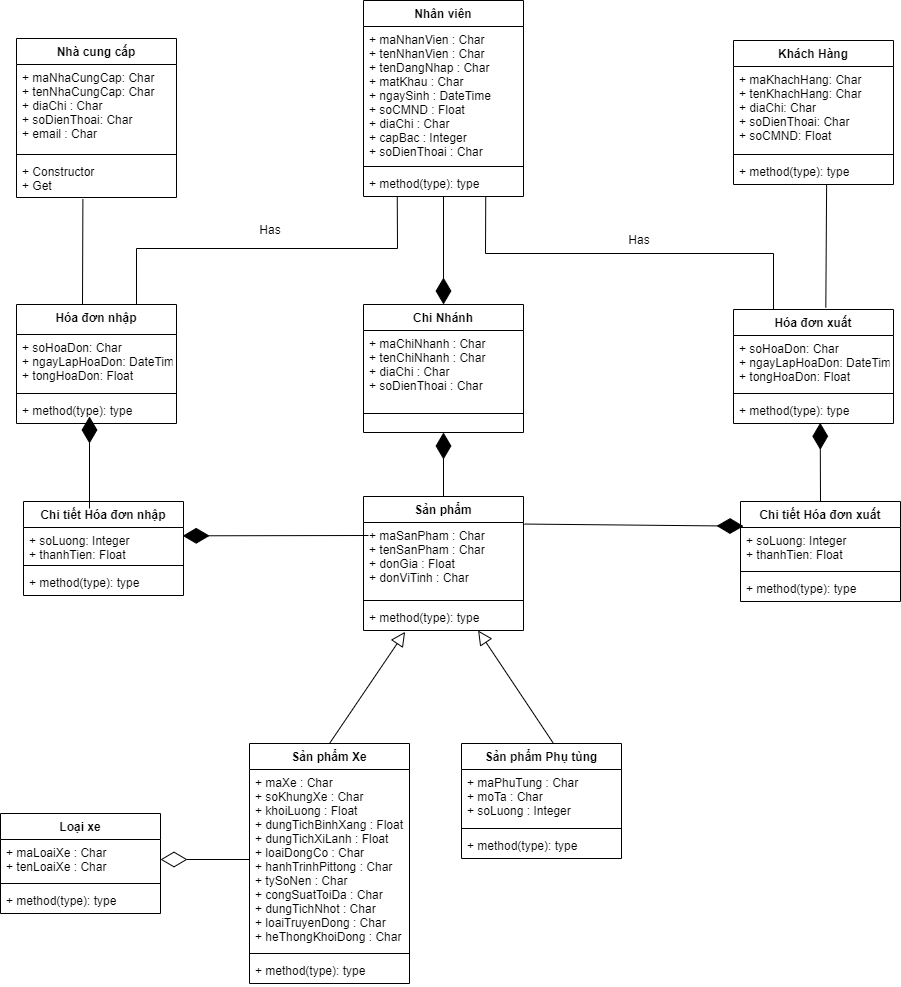
This is Sơ Đồ Class.png from ChauCongTu/thiet-ke-linh-tinh, a draw.io export, as it was before one commit. Source tidied: cells renumbered, new cells last; positions are measured from the earlier drawing's top-left corner, leaving out a move shared by most shapes.
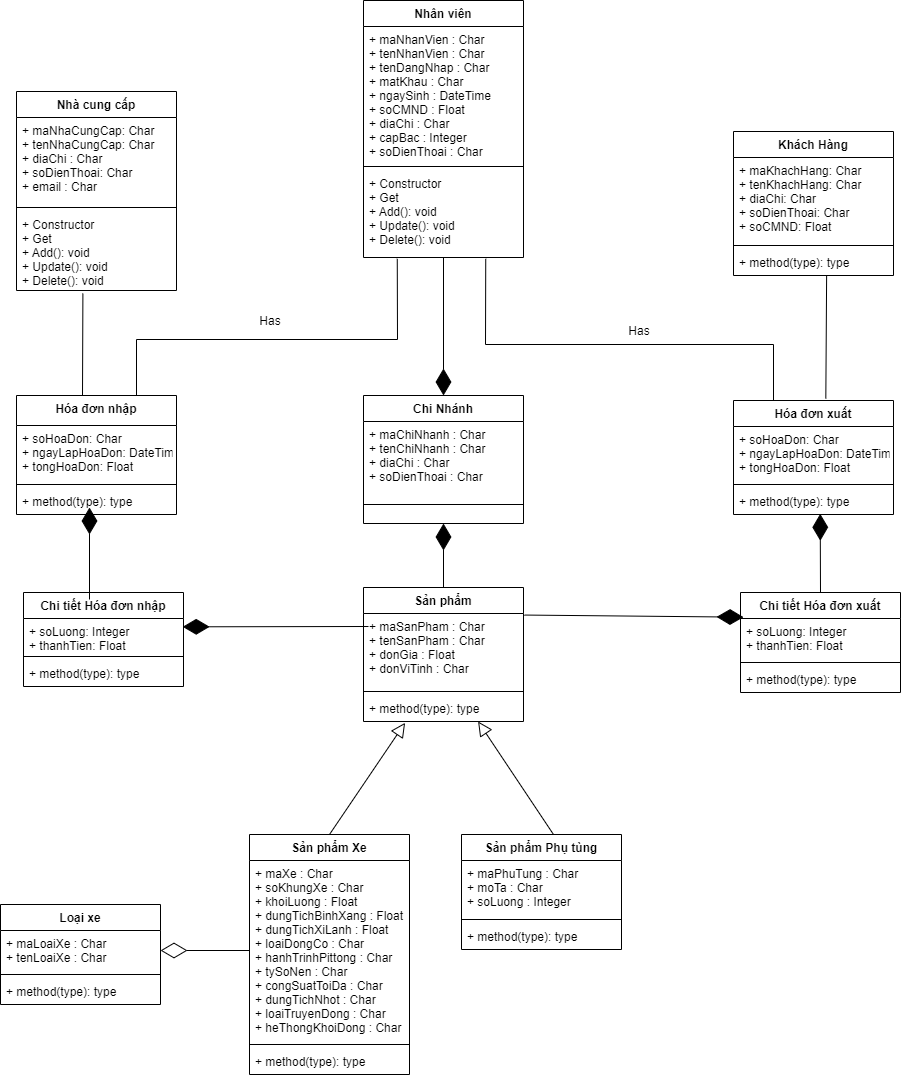
The same file after the commit.

Commit message:
Cập nhật Sơ Đồ Class.png

Change to the diagram source:
```diff
@@ -24,7 +24,7 @@
       <mxGeometry y="118" width="160" height="26" as="geometry" />
     </mxCell>
     <mxCell id="9" value="Nhà cung cấp" style="swimlane;fontStyle=1;align=center;verticalAlign=top;horizontal=1;startSize=26;" parent="1" vertex="1">
-      <mxGeometry x="16" y="38" width="160" height="159" as="geometry" />
+      <mxGeometry x="16" width="160" height="199" as="geometry" />
     </mxCell>
     <mxCell id="10" value="+ maNhaCungCap: Char&#10;+ tenNhaCungCap: Char&#10;+ diaChi : Char&#10;+ soDienThoai: Char&#10;+ email : Char" style="text;strokeColor=none;fillColor=none;align=left;verticalAlign=top;spacingLeft=4;spacingRight=4;overflow=hidden;" parent="9" vertex="1">
       <mxGeometry y="26" width="160" height="86" as="geometry" />
@@ -32,8 +32,8 @@
     <mxCell id="11" style="line;strokeWidth=1;fillColor=none;align=left;verticalAlign=middle;spacingTop=-1;spacingLeft=3;spacingRight=3;labelPosition=right;strokeColor=inherit;" parent="9" vertex="1">
       <mxGeometry y="112" width="160" height="8" as="geometry" />
     </mxCell>
-    <mxCell id="12" value="+ Constructor&#10;+ Get" style="text;strokeColor=none;fillColor=none;align=left;verticalAlign=top;spacingLeft=4;spacingRight=4;overflow=hidden;points=[[0,0.5],[1,0.5]];portConstraint=eastwest;" parent="9" vertex="1">
-      <mxGeometry y="120" width="160" height="39" as="geometry" />
+    <mxCell id="12" value="+ Constructor&#10;+ Get&#10;+ Add(): void&#10;+ Update(): void&#10;+ Delete(): void" style="text;strokeColor=none;fillColor=none;align=left;verticalAlign=top;spacingLeft=4;spacingRight=4;overflow=hidden;points=[[0,0.5],[1,0.5]];portConstraint=eastwest;" parent="9" vertex="1">
+      <mxGeometry y="120" width="160" height="79" as="geometry" />
     </mxCell>
     <mxCell id="13" value="Hóa đơn nhập" style="swimlane;fontStyle=1;align=center;verticalAlign=top;horizontal=1;startSize=30;" parent="1" vertex="1">
       <mxGeometry x="16" y="304" width="160" height="119" as="geometry" />
@@ -48,7 +48,7 @@
       <mxGeometry y="93" width="160" height="26" as="geometry" />
     </mxCell>
     <mxCell id="17" value="Nhân viên" style="swimlane;fontStyle=1;align=center;verticalAlign=top;horizontal=1;startSize=26;" parent="1" vertex="1">
-      <mxGeometry x="363" width="160" height="196" as="geometry" />
+      <mxGeometry x="363" y="-91" width="160" height="257" as="geometry" />
     </mxCell>
     <mxCell id="18" value="+ maNhanVien : Char&#10;+ tenNhanVien : Char&#10;+ tenDangNhap : Char&#10;+ matKhau : Char&#10;+ ngaySinh : DateTime&#10;+ soCMND : Float&#10;+ diaChi : Char&#10;+ capBac : Integer&#10;+ soDienThoai : Char" style="text;strokeColor=none;fillColor=none;align=left;verticalAlign=top;spacingLeft=4;spacingRight=4;overflow=hidden;" parent="17" vertex="1">
       <mxGeometry y="26" width="160" height="136" as="geometry" />
@@ -56,8 +56,8 @@
     <mxCell id="19" style="line;strokeWidth=1;fillColor=none;align=left;verticalAlign=middle;spacingTop=-1;spacingLeft=3;spacingRight=3;labelPosition=right;strokeColor=inherit;" parent="17" vertex="1">
       <mxGeometry y="162" width="160" height="8" as="geometry" />
     </mxCell>
-    <mxCell id="20" value="+ method(type): type" style="text;strokeColor=none;fillColor=none;align=left;verticalAlign=top;spacingLeft=4;spacingRight=4;overflow=hidden;points=[[0,0.5],[1,0.5]];portConstraint=eastwest;" parent="17" vertex="1">
-      <mxGeometry y="170" width="160" height="26" as="geometry" />
+    <mxCell id="20" value="+ Constructor&#10;+ Get&#10;+ Add(): void&#10;+ Update(): void&#10;+ Delete(): void" style="text;strokeColor=none;fillColor=none;align=left;verticalAlign=top;spacingLeft=4;spacingRight=4;overflow=hidden;points=[[0,0.5],[1,0.5]];portConstraint=eastwest;" parent="17" vertex="1">
+      <mxGeometry y="170" width="160" height="87" as="geometry" />
     </mxCell>
     <mxCell id="21" value="Loại xe" style="swimlane;fontStyle=1;align=center;verticalAlign=top;horizontal=1;startSize=26;" parent="1" vertex="1">
       <mxGeometry y="813" width="160" height="100" as="geometry" />
```
